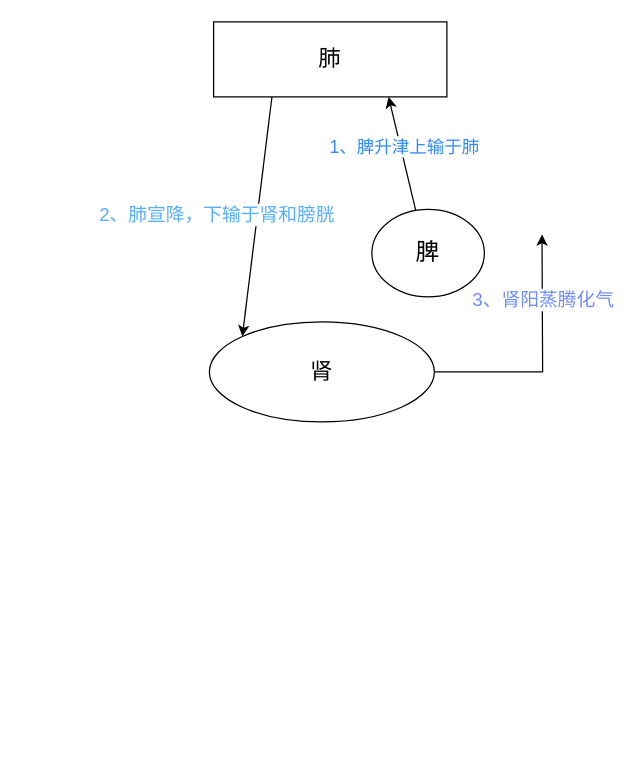
Earlier version of the draw.io diagram 医门推敲叁/精气血津液神/精气血津液神之间的关系/津生气的过程.drawio (328507133/chart). Source tidied: cells renumbered, new cells numbered last; positions are measured from the earlier drawing's top-left corner, leaving out a move shared by most shapes. Both pictures are drawn from the tidied source at 125%, with x=0, y=0 at pixel (209, 21).
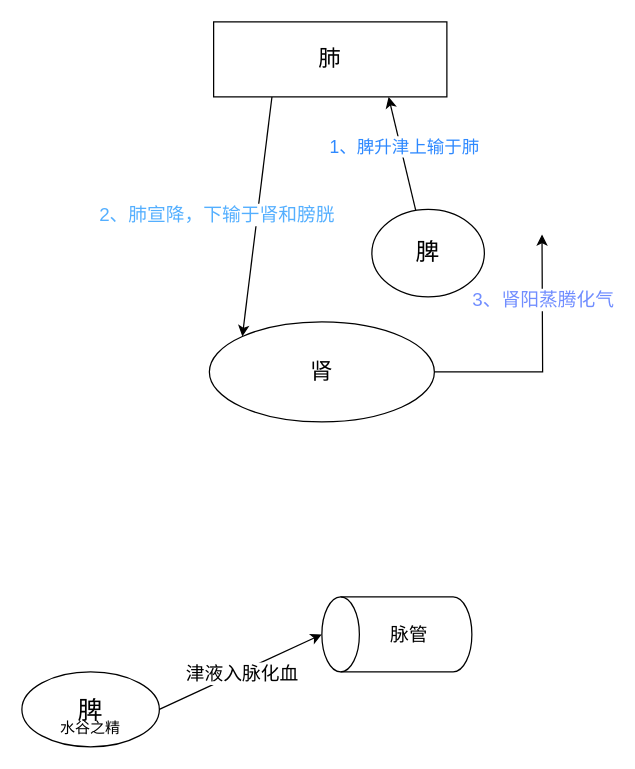
The same diagram, later.

Commit message (it also covers changes not shown here):
更新津生气的过程.drawio

What changed in the source:
```diff
@@
 <mxGraphModel>
   <root>
     <mxCell id="0" />
     <mxCell id="1" parent="0" />
     <mxCell id="2" style="endArrow=classic;html=1;rounded=0;exitX=0.391;exitY=0.017;exitDx=0;exitDy=0;exitPerimeter=0;entryX=0.75;entryY=1;entryDx=0;entryDy=0;" parent="1" edge="1" source="9" target="8">
       <mxGeometry relative="1" as="geometry" />
     </mxCell>
     <mxCell id="3" value="&lt;font style=&quot;font-size: 14px;&quot;&gt;1、脾升津上输于肺&lt;/font&gt;" style="edgeLabel;html=1;align=center;verticalAlign=middle;fontColor=#2E89FF;" parent="2" vertex="1">
       <mxGeometry x="0.1" y="-3" relative="1" as="geometry" />
     </mxCell>
     <mxCell id="4" style="edgeStyle=orthogonalEdgeStyle;rounded=0;jettySize=auto;html=1;exitX=1;exitY=0.5;exitDx=0;exitDy=0;" parent="1" edge="1" source="10">
       <mxGeometry relative="1" as="geometry">
         <mxPoint x="266.1" y="170" as="targetPoint" />
       </mxGeometry>
     </mxCell>
     <mxCell id="5" value="&lt;font color=&quot;#708dff&quot; style=&quot;font-size: 15px;&quot;&gt;3、肾阳蒸腾化气&lt;/font&gt;" style="edgeLabel;html=1;align=center;verticalAlign=middle;fontSize=15;" parent="4" vertex="1">
       <mxGeometry x="0.47" relative="1" as="geometry" />
     </mxCell>
     <mxCell id="6" style="endArrow=classic;html=1;rounded=0;entryX=0;entryY=0;entryDx=0;entryDy=0;exitX=0.25;exitY=1;exitDx=0;exitDy=0;" parent="1" edge="1" source="8" target="10">
       <mxGeometry relative="1" as="geometry" />
     </mxCell>
     <mxCell id="7" value="&lt;font style=&quot;font-size: 15px;&quot;&gt;2、肺宣降，下输于肾和膀胱&lt;/font&gt;" style="edgeLabel;html=1;align=center;verticalAlign=middle;fontColor=#54AFFF;" parent="6" vertex="1">
       <mxGeometry x="-0.08" y="-3" relative="1" as="geometry">
         <mxPoint x="-31" y="6" as="offset" />
       </mxGeometry>
     </mxCell>
     <mxCell id="8" value="肺" style="rounded=0;whiteSpace=wrap;html=1;fontSize=18;" parent="1" vertex="1">
       <mxGeometry x="3.4" width="186.6" height="60" as="geometry" />
     </mxCell>
     <mxCell id="9" value="脾" style="ellipse;whiteSpace=wrap;html=1;fontSize=19;" parent="1" vertex="1">
       <mxGeometry x="130" y="150" width="90" height="70" as="geometry" />
     </mxCell>
     <mxCell id="10" value="肾" style="ellipse;whiteSpace=wrap;html=1;fontSize=18;" parent="1" vertex="1">
       <mxGeometry y="240" width="180" height="80" as="geometry" />
     </mxCell>
+    <mxCell id="11" value="脾" style="ellipse;whiteSpace=wrap;html=1;fontSize=20;" parent="1" vertex="1">
+      <mxGeometry x="-150" y="520" width="110" height="60" as="geometry" />
+    </mxCell>
+    <mxCell id="12" style="shape=cylinder3;whiteSpace=wrap;html=1;boundedLbl=1;backgroundOutline=1;size=15;rotation=-90;" parent="1" vertex="1">
+      <mxGeometry x="120" y="430" width="60" height="120" as="geometry" />
+    </mxCell>
+    <mxCell id="13" style="endArrow=classic;html=1;rounded=0;exitX=1;exitY=0.5;exitDx=0;exitDy=0;entryX=0.5;entryY=0;entryDx=0;entryDy=0;entryPerimeter=0;" parent="1" edge="1" source="11" target="12">
+      <mxGeometry relative="1" as="geometry" />
+    </mxCell>
+    <mxCell id="14" value="津液入脉化血" style="edgeLabel;html=1;align=center;verticalAlign=middle;fontSize=15;" parent="13" vertex="1">
+      <mxGeometry x="0.01" y="-1" relative="1" as="geometry" />
+    </mxCell>
+    <mxCell id="15" value="脉管" style="text;html=1;strokeColor=none;fillColor=none;align=center;verticalAlign=middle;whiteSpace=wrap;rounded=0;fontSize=15;" parent="1" vertex="1">
+      <mxGeometry x="130" y="475" width="60" height="30" as="geometry" />
+    </mxCell>
+    <mxCell id="16" value="水谷之精" style="text;html=1;strokeColor=none;fillColor=none;align=center;verticalAlign=middle;whiteSpace=wrap;rounded=0;" parent="1" vertex="1">
+      <mxGeometry x="-125" y="550" width="60" height="30" as="geometry" />
+    </mxCell>
   </root>
 </mxGraphModel>
```
